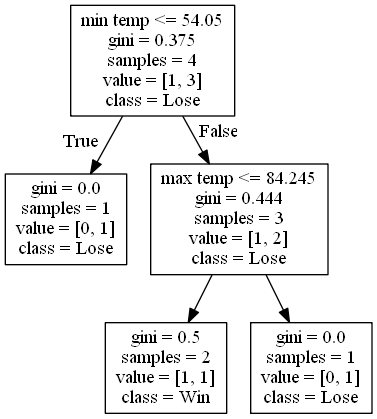
This is DecisionTrees/Conference USAdecision_tree_no_score_or_attendance1.png from alexana-steck/CSE482Project, a Graphviz export, as it was before one commit. Its source is kept beside it as DecisionTrees/Conference USAdecision_tree_no_score_or_attendance1.dot. The source it was exported from:
```dot
digraph Tree {
node [shape=box] ;
0 [label="min temp <= 54.05\ngini = 0.375\nsamples = 4\nvalue = [1, 3]\nclass = Lose"] ;
1 [label="gini = 0.0\nsamples = 1\nvalue = [0, 1]\nclass = Lose"] ;
0 -> 1 [labeldistance=2.5, labelangle=45, headlabel="True"] ;
2 [label="max temp <= 84.245\ngini = 0.444\nsamples = 3\nvalue = [1, 2]\nclass = Lose"] ;
0 -> 2 [labeldistance=2.5, labelangle=-45, headlabel="False"] ;
3 [label="gini = 0.5\nsamples = 2\nvalue = [1, 1]\nclass = Win"] ;
2 -> 3 ;
4 [label="gini = 0.0\nsamples = 1\nvalue = [0, 1]\nclass = Lose"] ;
2 -> 4 ;
}
```
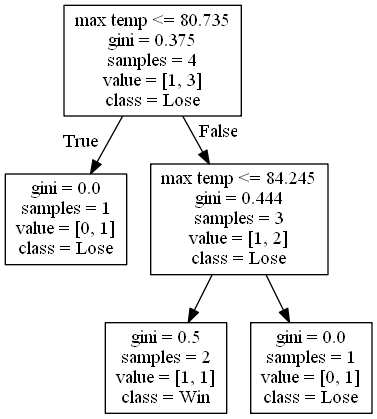
The same diagram one commit later.

Diff of the diagram source:
```diff
@@ -1,6 +1,6 @@
 digraph Tree {
 node [shape=box] ;
-0 [label="min temp <= 54.05\ngini = 0.375\nsamples = 4\nvalue = [1, 3]\nclass = Lose"] ;
+0 [label="max temp <= 80.735\ngini = 0.375\nsamples = 4\nvalue = [1, 3]\nclass = Lose"] ;
 1 [label="gini = 0.0\nsamples = 1\nvalue = [0, 1]\nclass = Lose"] ;
 0 -> 1 [labeldistance=2.5, labelangle=45, headlabel="True"] ;
 2 [label="max temp <= 84.245\ngini = 0.444\nsamples = 3\nvalue = [1, 2]\nclass = Lose"] ;
```
